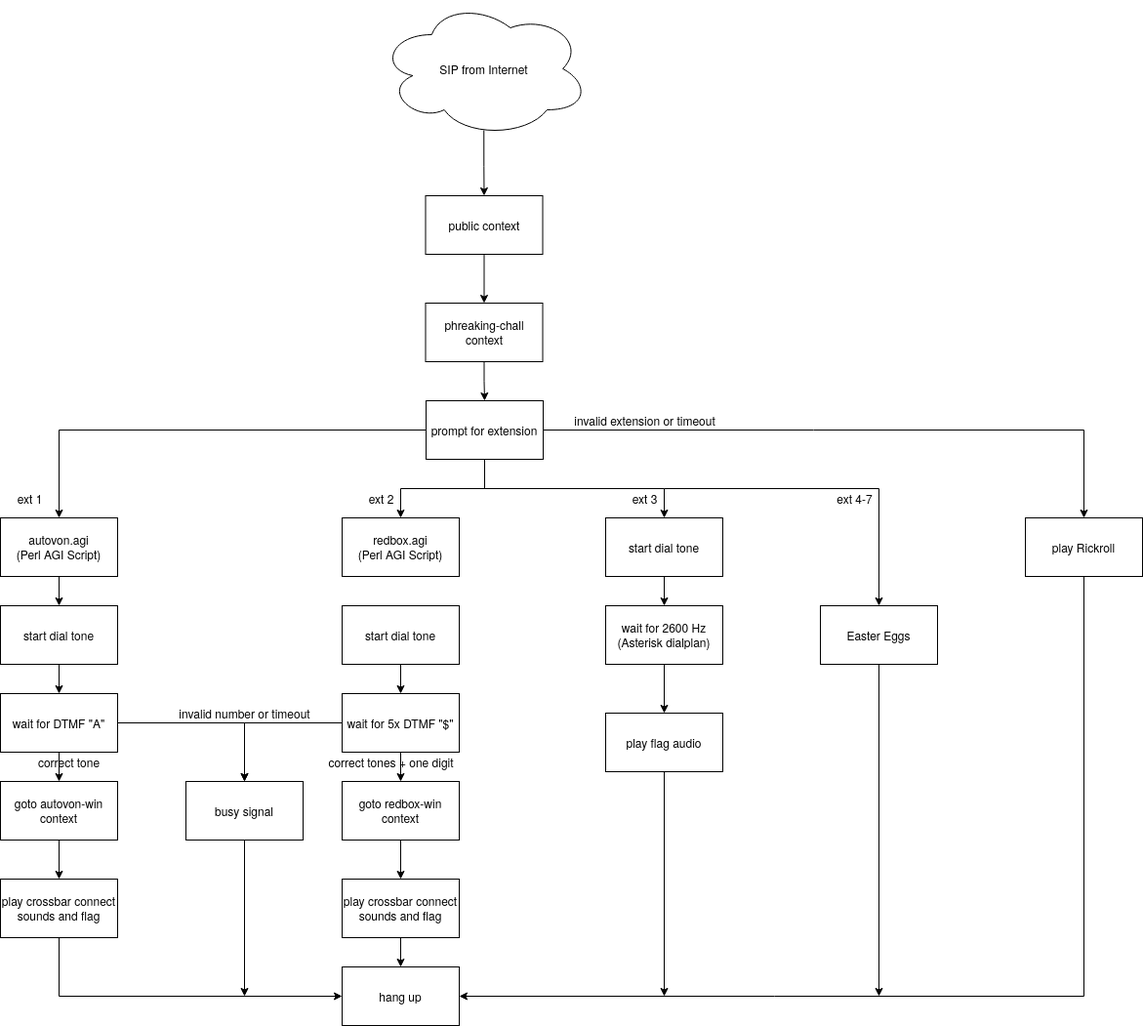
This is dialplan.png from FlamingSpork/phonectf, a draw.io export, as it was before one commit. Source tidied: cells renumbered, new cells last; positions are measured from the earlier drawing's top-left corner, leaving out a move shared by most shapes.
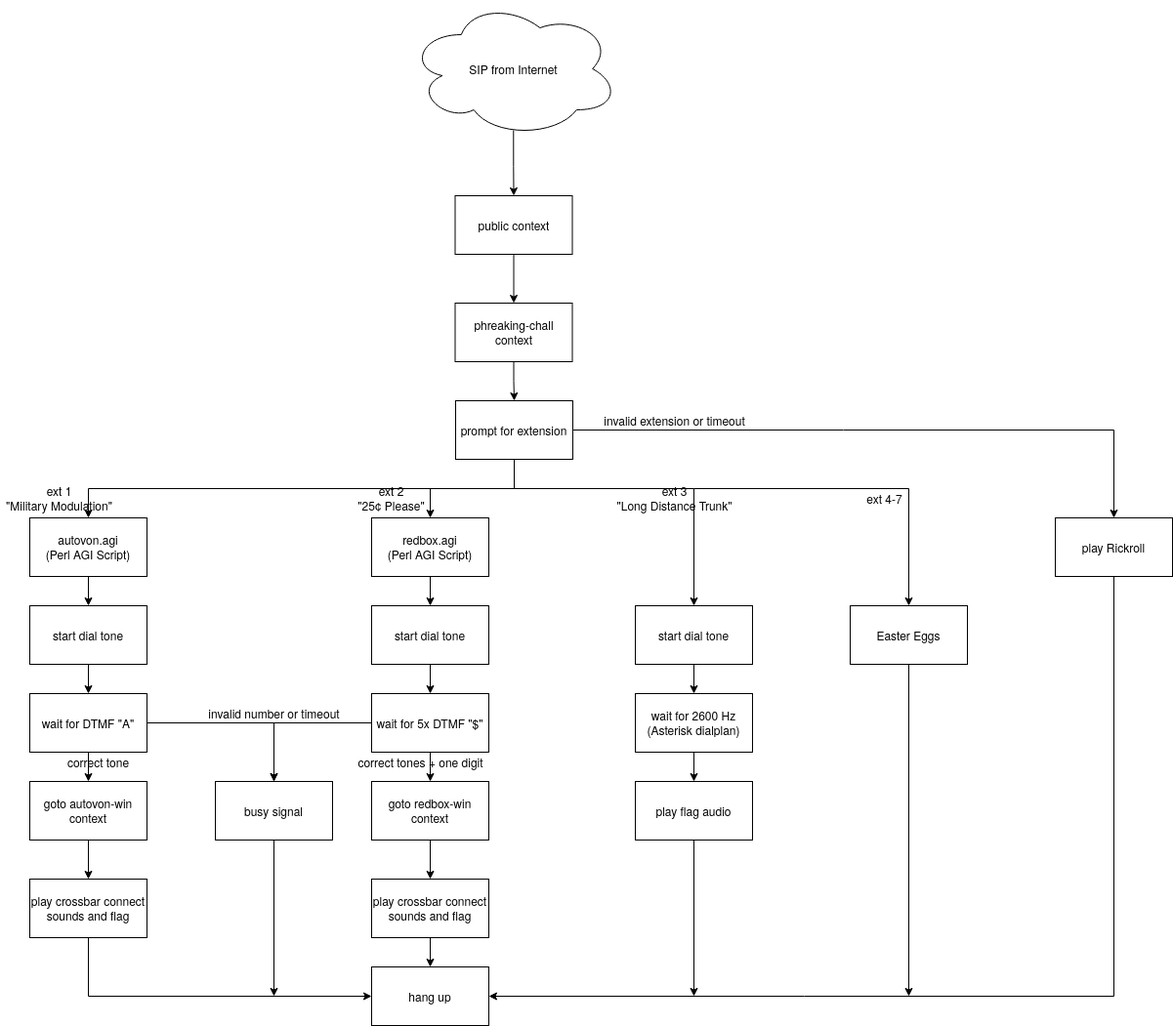
The same diagram one commit later.

Change to the diagram source:
```diff
@@ -25,8 +25,9 @@
     <mxCell id="8" style="edgeStyle=orthogonalEdgeStyle;rounded=0;jettySize=auto;html=1;entryX=0.5;entryY=0;entryDx=0;entryDy=0;" parent="1" edge="1" source="11" target="43">
       <mxGeometry relative="1" as="geometry" />
     </mxCell>
-    <mxCell id="9" style="edgeStyle=orthogonalEdgeStyle;rounded=0;jettySize=auto;html=1;" parent="1" edge="1" source="11">
+    <mxCell id="9" style="edgeStyle=orthogonalEdgeStyle;rounded=0;orthogonalLoop=1;jettySize=auto;html=1;" parent="1" edge="1">
       <mxGeometry relative="1" as="geometry">
+        <mxPoint x="420" y="500" as="sourcePoint" />
         <mxPoint x="60" y="530" as="targetPoint" />
       </mxGeometry>
     </mxCell>
@@ -42,6 +43,9 @@
     <mxCell id="13" value="&lt;div&gt;autovon.agi&lt;/div&gt;&lt;div&gt;(Perl AGI Script)&lt;br&gt;&lt;/div&gt;" style="rounded=0;whiteSpace=wrap;html=1;" parent="1" vertex="1">
       <mxGeometry y="530" width="120" height="60" as="geometry" />
     </mxCell>
+    <mxCell id="56" style="edgeStyle=orthogonalEdgeStyle;rounded=0;jettySize=auto;html=1;" parent="1" edge="1" source="14" target="54">
+      <mxGeometry relative="1" as="geometry" />
+    </mxCell>
     <mxCell id="14" value="&lt;div&gt;redbox.agi&lt;/div&gt;&lt;div&gt;(Perl AGI Script)&lt;br&gt;&lt;/div&gt;" style="rounded=0;whiteSpace=wrap;html=1;" parent="1" vertex="1">
       <mxGeometry x="350" y="530" width="120" height="60" as="geometry" />
     </mxCell>
@@ -49,7 +53,7 @@
       <mxGeometry relative="1" as="geometry" />
     </mxCell>
     <mxCell id="16" value="&lt;div&gt;wait for 2600 Hz&lt;/div&gt;&lt;div&gt;(Asterisk dialplan)&lt;br&gt;&lt;/div&gt;" style="rounded=0;whiteSpace=wrap;html=1;" parent="1" vertex="1">
-      <mxGeometry x="620" y="620" width="120" height="60" as="geometry" />
+      <mxGeometry x="620" y="710" width="120" height="60" as="geometry" />
     </mxCell>
     <mxCell id="17" style="edgeStyle=orthogonalEdgeStyle;rounded=0;jettySize=auto;html=1;" parent="1" edge="1" source="18">
       <mxGeometry relative="1" as="geometry">
@@ -65,7 +69,7 @@
       </mxGeometry>
     </mxCell>
     <mxCell id="20" value="play flag audio" style="rounded=0;whiteSpace=wrap;html=1;" parent="1" vertex="1">
-      <mxGeometry x="620" y="730" width="120" height="60" as="geometry" />
+      <mxGeometry x="620" y="800" width="120" height="60" as="geometry" />
     </mxCell>
     <mxCell id="21" value="hang up" style="rounded=0;whiteSpace=wrap;html=1;" parent="1" vertex="1">
       <mxGeometry x="350" y="990" width="120" height="60" as="geometry" />
@@ -74,7 +78,7 @@
       <mxGeometry relative="1" as="geometry" />
     </mxCell>
     <mxCell id="23" value="start dial tone" style="rounded=0;whiteSpace=wrap;html=1;" parent="1" vertex="1">
-      <mxGeometry x="620" y="530" width="120" height="60" as="geometry" />
+      <mxGeometry x="620" y="620" width="120" height="60" as="geometry" />
     </mxCell>
     <mxCell id="24" style="edgeStyle=orthogonalEdgeStyle;rounded=0;jettySize=auto;html=1;" parent="1" edge="1" source="26" target="30">
       <mxGeometry relative="1" as="geometry" />
@@ -160,14 +164,14 @@
         <mxPoint x="680" y="500" as="sourcePoint" />
       </mxGeometry>
     </mxCell>
-    <mxCell id="47" value="ext 1" style="text;html=1;align=center;verticalAlign=middle;strokeColor=none;" parent="1" vertex="1">
-      <mxGeometry x="10" y="500" width="40" height="20" as="geometry" />
+    <mxCell id="47" value="&lt;div&gt;ext 1&lt;br&gt;&quot;Military Modulation&quot;&lt;br&gt;&lt;/div&gt;" style="text;html=1;align=center;verticalAlign=middle;strokeColor=none;" parent="1" vertex="1">
+      <mxGeometry x="-30" y="495" width="120" height="30" as="geometry" />
     </mxCell>
-    <mxCell id="48" value="ext 2" style="text;html=1;align=center;verticalAlign=middle;strokeColor=none;" parent="1" vertex="1">
-      <mxGeometry x="370" y="500" width="40" height="20" as="geometry" />
+    <mxCell id="48" value="ext 2&lt;br&gt;&quot;25¢ Please&quot;" style="text;html=1;align=center;verticalAlign=middle;strokeColor=none;" parent="1" vertex="1">
+      <mxGeometry x="330" y="495" width="80" height="30" as="geometry" />
     </mxCell>
-    <mxCell id="49" value="ext 3" style="text;html=1;align=center;verticalAlign=middle;strokeColor=none;" parent="1" vertex="1">
-      <mxGeometry x="640" y="500" width="40" height="20" as="geometry" />
+    <mxCell id="49" value="ext 3&lt;br&gt;&quot;Long Distance Trunk&quot;" style="text;html=1;align=center;verticalAlign=middle;strokeColor=none;" parent="1" vertex="1">
+      <mxGeometry x="595" y="495" width="130" height="30" as="geometry" />
     </mxCell>
     <mxCell id="50" value="ext 4-7" style="text;html=1;align=center;verticalAlign=middle;strokeColor=none;" parent="1" vertex="1">
       <mxGeometry x="850" y="500" width="50" height="20" as="geometry" />
```
